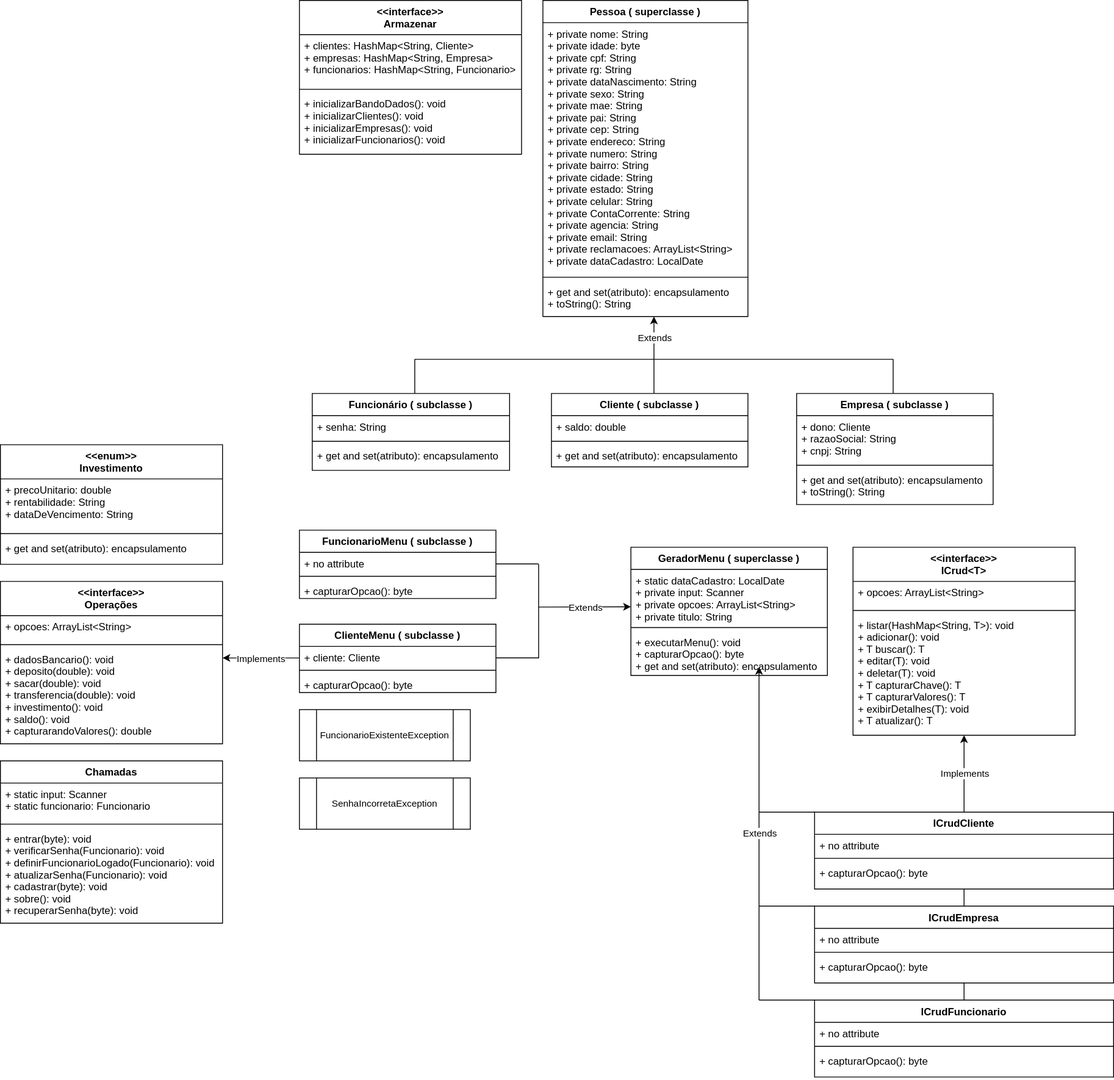
Earlier version of the draw.io export Diagrama.drawio.svg (ArthurEstevan/redesenvolvimento-conta-bancaria-v2.0). Source tidied: cells renumbered, new cells last; positions are measured from the earlier drawing's top-left corner, leaving out a move shared by most shapes.
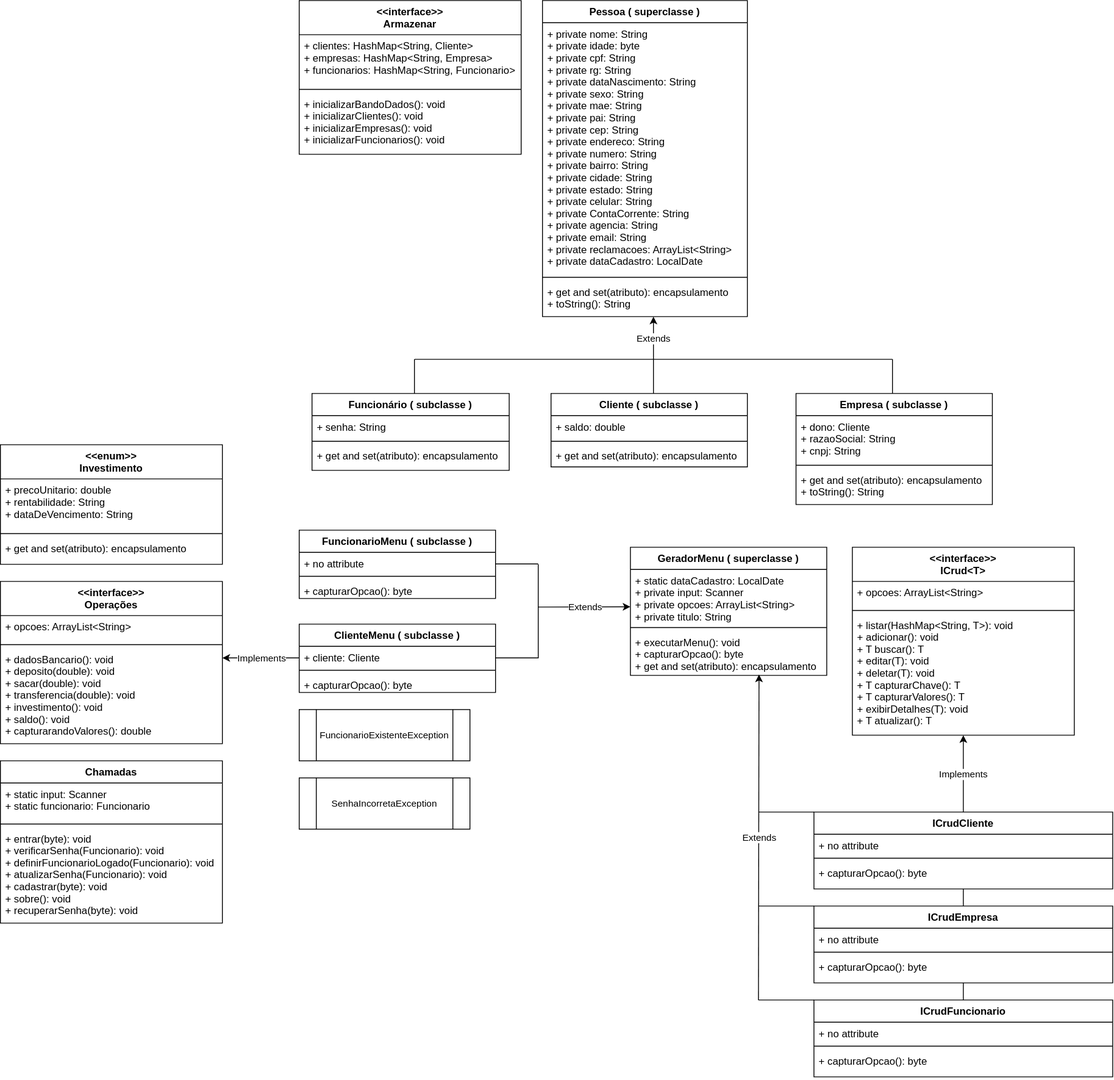
After the commit.

Change to the diagram source:
```diff
@@ -138,10 +138,9 @@
         <mxPoint x="888" y="950" as="targetPoint" />
       </mxGeometry>
     </mxCell>
-    <mxCell id="46" style="endArrow=classic;html=1;rounded=0;fontSize=11;" parent="1" edge="1">
+    <mxCell id="46" style="endArrow=classic;html=1;rounded=0;fontSize=11;entryX=0.655;entryY=0.979;entryDx=0;entryDy=0;entryPerimeter=0;" parent="1" edge="1" target="9">
       <mxGeometry relative="1" as="geometry">
         <mxPoint x="888" y="1170" as="sourcePoint" />
-        <mxPoint x="888" y="780" as="targetPoint" />
       </mxGeometry>
     </mxCell>
     <mxCell id="47" value="Extends" style="edgeLabel;html=1;align=center;verticalAlign=middle;fontSize=11;" parent="46" vertex="1">
```
